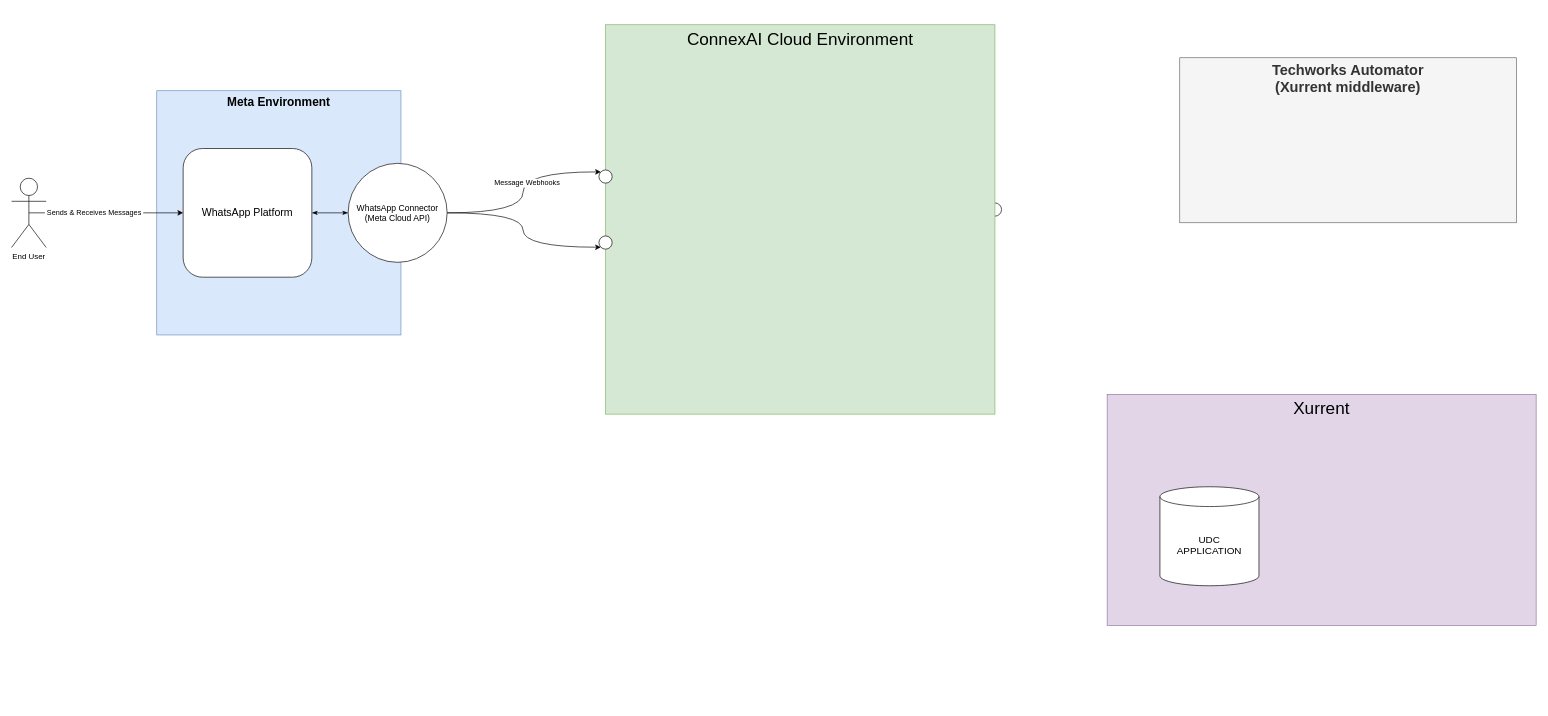
Above: api-handling/Connex_AI_System_Design_00.drawio in BradleyGilden/alx-backend-javascript (draw.io), before the change. Source tidied: cells renumbered, new cells numbered last; positions are measured from the earlier drawing's top-left corner, leaving out a move shared by most shapes. Both pictures are drawn from the tidied source at 66%, with x=0, y=0 at pixel (11, 24).
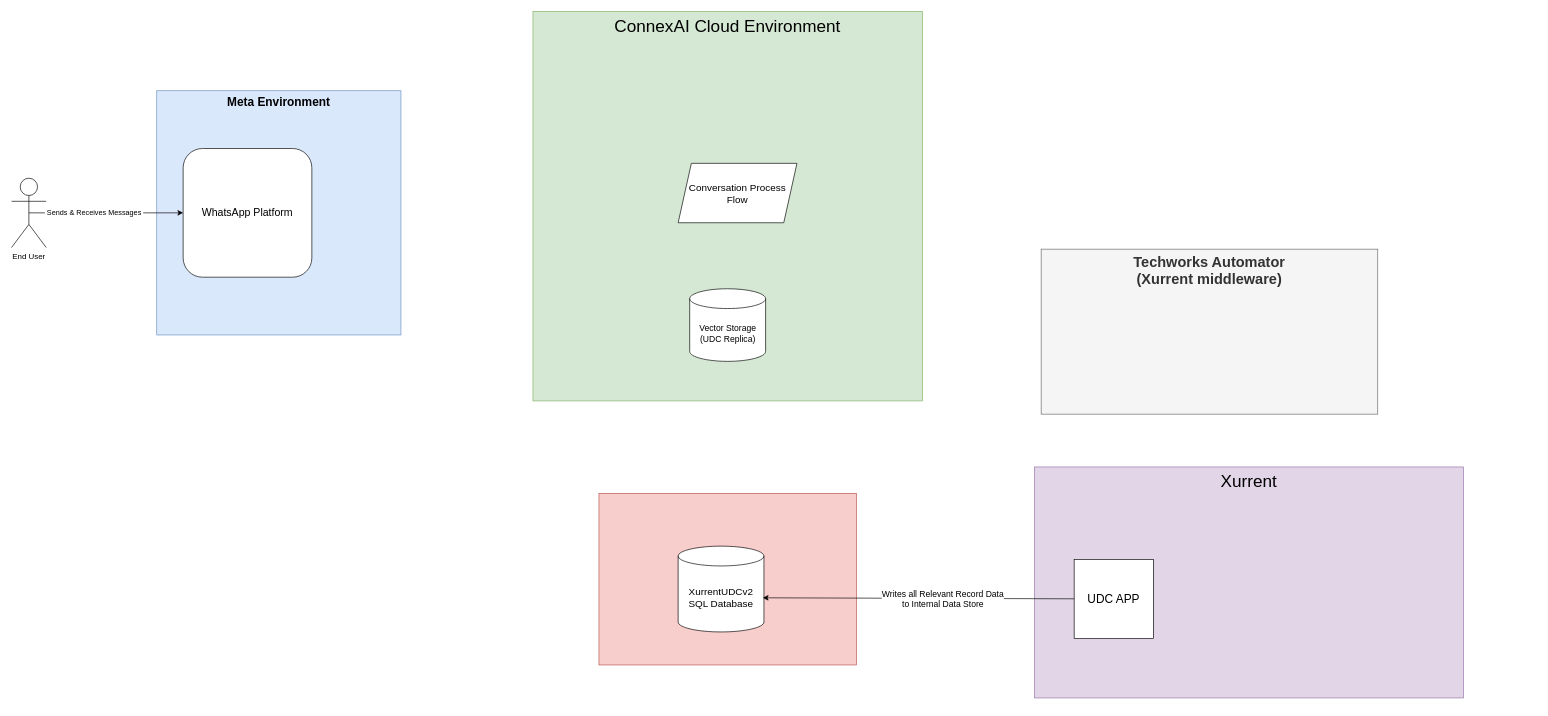
Above is the later version.

The change refers to these unchanged cells:
```xml
<mxCell id="5" value="&lt;font style=&quot;font-size: 16px;&quot;&gt;WhatsApp Platform&lt;/font&gt;" style="whiteSpace=wrap;html=1;rounded=1;" parent="1" vertex="1">
  <mxGeometry x="260" y="187.5" width="195" height="195" as="geometry" />
</mxCell>
<mxCell id="16" style="group;" parent="15" vertex="1">
  <mxGeometry x="10" width="600" height="590" as="geometry" />
</mxCell>
```

Diff of the diagram source:
```diff
@@
-    <mxCell id="4" style="edgeStyle=orthogonalEdgeStyle;rounded=0;jettySize=auto;html=1;exitX=1;exitY=0.5;exitDx=0;exitDy=0;entryX=0;entryY=0.5;entryDx=0;entryDy=0;endArrow=classicThin;endFill=1;startArrow=classicThin;startFill=1;" parent="1" edge="1" source="5" target="11">
-      <mxGeometry relative="1" as="geometry" />
-    </mxCell>
@@
-    <mxCell id="8" style="edgeStyle=orthogonalEdgeStyle;curved=1;rounded=0;jettySize=auto;html=1;exitX=1;exitY=0.5;exitDx=0;exitDy=0;entryX=0;entryY=0;entryDx=0;entryDy=0;" parent="1" edge="1" source="11" target="21">
-      <mxGeometry relative="1" as="geometry" />
-    </mxCell>
-    <mxCell id="9" value="Message Webhooks" style="edgeLabel;html=1;align=center;verticalAlign=middle;" parent="8" vertex="1">
-      <mxGeometry x="0.09" y="-5" relative="1" as="geometry" />
-    </mxCell>
-    <mxCell id="10" style="edgeStyle=orthogonalEdgeStyle;curved=1;rounded=0;jettySize=auto;html=1;exitX=1;exitY=0.5;exitDx=0;exitDy=0;entryX=0;entryY=1;entryDx=0;entryDy=0;" parent="1" edge="1" source="11" target="20">
-      <mxGeometry relative="1" as="geometry" />
-    </mxCell>
-    <mxCell id="11" value="&lt;font style=&quot;font-size: 13px;&quot;&gt;WhatsApp Connector&lt;br&gt;(Meta Cloud API)&lt;/font&gt;" style="ellipse;whiteSpace=wrap;html=1;" parent="1" vertex="1">
-      <mxGeometry x="510" y="210" width="150" height="150" as="geometry" />
-    </mxCell>
-    <mxCell id="12" value="Xurrent" style="rounded=0;whiteSpace=wrap;html=1;verticalAlign=top;fontSize=26;fillColor=#e1d5e7;strokeColor=#9673a6;" parent="1" vertex="1">
-      <mxGeometry x="1660" y="560" width="650" height="350" as="geometry" />
-    </mxCell>
     <mxCell id="13" value="Techworks Automator&lt;br&gt;(Xurrent middleware)" style="rounded=0;whiteSpace=wrap;html=1;fillColor=#f5f5f5;fontColor=#333333;strokeColor=#666666;verticalAlign=top;fontSize=22;fontStyle=1;" parent="1" vertex="1">
-      <mxGeometry x="1770" y="50" width="510" height="250" as="geometry" />
+      <mxGeometry x="1560" y="340" width="510" height="250" as="geometry" />
     </mxCell>
-    <mxCell id="14" value="UDC&lt;br&gt;APPLICATION" style="shape=cylinder3;whiteSpace=wrap;html=1;boundedLbl=1;backgroundOutline=1;size=15;fontSize=15;" parent="1" vertex="1">
-      <mxGeometry x="1740" y="700" width="150" height="150" as="geometry" />
-    </mxCell>
     <mxCell id="15" style="group;" parent="1" vertex="1">
-      <mxGeometry x="890" width="610" height="590" as="geometry" />
+      <mxGeometry x="780" y="-20" width="610" height="590" as="geometry" />
     </mxCell>
@@
-    <mxCell id="17" style="ellipse;whiteSpace=wrap;html=1;" parent="16" vertex="1">
-      <mxGeometry x="580" y="270" width="20" height="20" as="geometry" />
-    </mxCell>
+    <mxCell id="22" style="group;" parent="16" vertex="1">
+      <mxGeometry x="-10" width="600" height="590" as="geometry" />
+    </mxCell>
+    <mxCell id="23" style="group;" parent="22" vertex="1">
+      <mxGeometry width="600" height="590" as="geometry" />
+    </mxCell>
-    <mxCell id="18" style="group;" parent="16" vertex="1">
-      <mxGeometry x="-10" width="600" height="590" as="geometry" />
+    <mxCell id="18" style="group;" parent="23" vertex="1">
+      <mxGeometry width="600" height="590" as="geometry" />
     </mxCell>
@@
-    <mxCell id="20" style="ellipse;whiteSpace=wrap;html=1;" parent="18" vertex="1">
-      <mxGeometry y="320" width="20" height="20" as="geometry" />
-    </mxCell>
-    <mxCell id="21" style="ellipse;whiteSpace=wrap;html=1;" parent="15" vertex="1">
-      <mxGeometry y="220" width="20" height="20" as="geometry" />
-    </mxCell>
+    <mxCell id="24" value="&lt;font style=&quot;font-size: 15px;&quot;&gt;Conversation Process Flow&lt;/font&gt;" style="shape=parallelogram;perimeter=parallelogramPerimeter;whiteSpace=wrap;html=1;fixedSize=1;" parent="18" vertex="1">
+      <mxGeometry x="230" y="230" width="180" height="90" as="geometry" />
+    </mxCell>
+    <mxCell id="25" value="&lt;font style=&quot;font-size: 13px;&quot;&gt;Vector Storage&lt;br&gt;(UDC Replica)&lt;/font&gt;" style="shape=cylinder3;whiteSpace=wrap;html=1;boundedLbl=1;backgroundOutline=1;size=15;" parent="18" vertex="1">
+      <mxGeometry x="247.5" y="420" width="115" height="110" as="geometry" />
+    </mxCell>
+    <mxCell id="26" style="group;" parent="1" vertex="1">
+      <mxGeometry x="890" y="710" width="390" height="260" as="geometry" />
+    </mxCell>
+    <mxCell id="27" style="rounded=0;whiteSpace=wrap;html=1;fillColor=#f8cecc;strokeColor=#b85450;" parent="26" vertex="1">
+      <mxGeometry width="390" height="260" as="geometry" />
+    </mxCell>
+    <mxCell id="28" value="&lt;font style=&quot;font-size: 15px;&quot;&gt;XurrentUDCv2&lt;br&gt;SQL Database&lt;/font&gt;" style="shape=cylinder3;whiteSpace=wrap;html=1;boundedLbl=1;backgroundOutline=1;size=15;" parent="26" vertex="1">
+      <mxGeometry x="120" y="80" width="130" height="130" as="geometry" />
+    </mxCell>
+    <mxCell id="29" style="group;" parent="1" vertex="1">
+      <mxGeometry x="1560" y="650" width="650" height="350" as="geometry" />
+    </mxCell>
+    <mxCell id="30" style="group;" parent="29" vertex="1">
+      <mxGeometry y="10" width="650" height="350" as="geometry" />
+    </mxCell>
+    <mxCell id="31" style="group;" parent="30" vertex="1">
+      <mxGeometry x="-10" y="20" width="650" height="350" as="geometry" />
+    </mxCell>
+    <mxCell id="12" value="Xurrent" style="rounded=0;whiteSpace=wrap;html=1;verticalAlign=top;fontSize=26;fillColor=#e1d5e7;strokeColor=#9673a6;" parent="31" vertex="1">
+      <mxGeometry y="-10" width="650" height="350" as="geometry" />
+    </mxCell>
+    <mxCell id="32" value="&lt;font style=&quot;font-size: 18px;&quot;&gt;UDC APP&lt;/font&gt;" style="whiteSpace=wrap;html=1;" parent="31" vertex="1">
+      <mxGeometry x="60" y="130" width="120" height="120" as="geometry" />
+    </mxCell>
+    <mxCell id="33" style="edgeStyle=none;rounded=0;jettySize=auto;html=1;entryX=0.987;entryY=0.602;entryDx=0;entryDy=0;entryPerimeter=0;" parent="1" edge="1" source="32" target="28">
+      <mxGeometry relative="1" as="geometry" />
+    </mxCell>
+    <mxCell id="34" value="&lt;font style=&quot;font-size: 13px;&quot;&gt;Writes all Relevant Record Data &lt;br&gt;to Internal Data Store&lt;/font&gt;" style="edgeLabel;html=1;align=center;verticalAlign=middle;" parent="33" vertex="1">
+      <mxGeometry x="0.07" y="-4" relative="1" as="geometry">
+        <mxPoint x="52" y="5" as="offset" />
+      </mxGeometry>
+    </mxCell>
```
